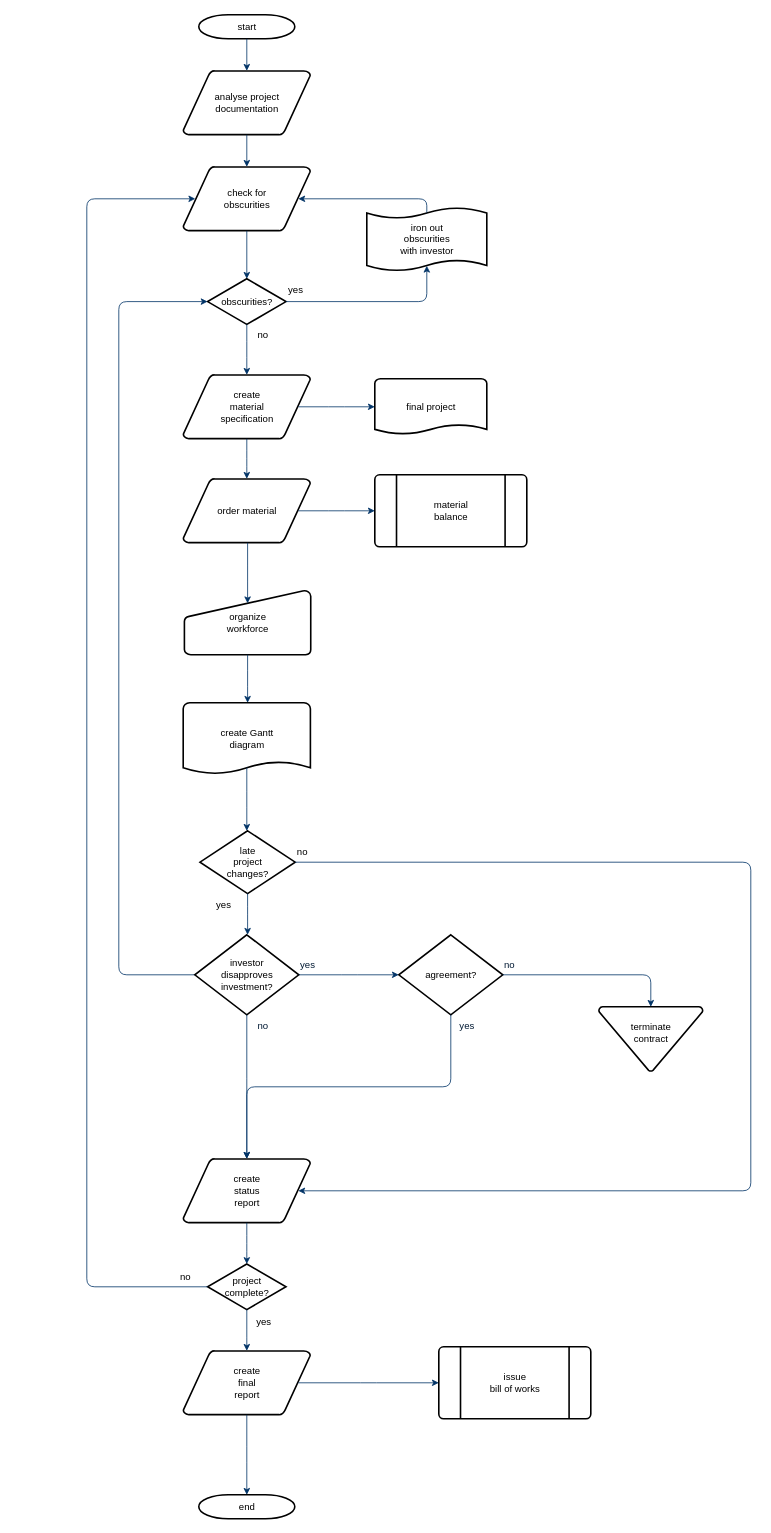
Before: 任务一.drawio in zengchangzhen/zengchangzhen, a draw.io diagram. Source tidied: cells renumbered, new cells numbered last; positions are measured from the earlier drawing's top-left corner, leaving out a move shared by most shapes. Both pictures are drawn from the tidied source at 80%, with x=0, y=0 at pixel (86, 14).
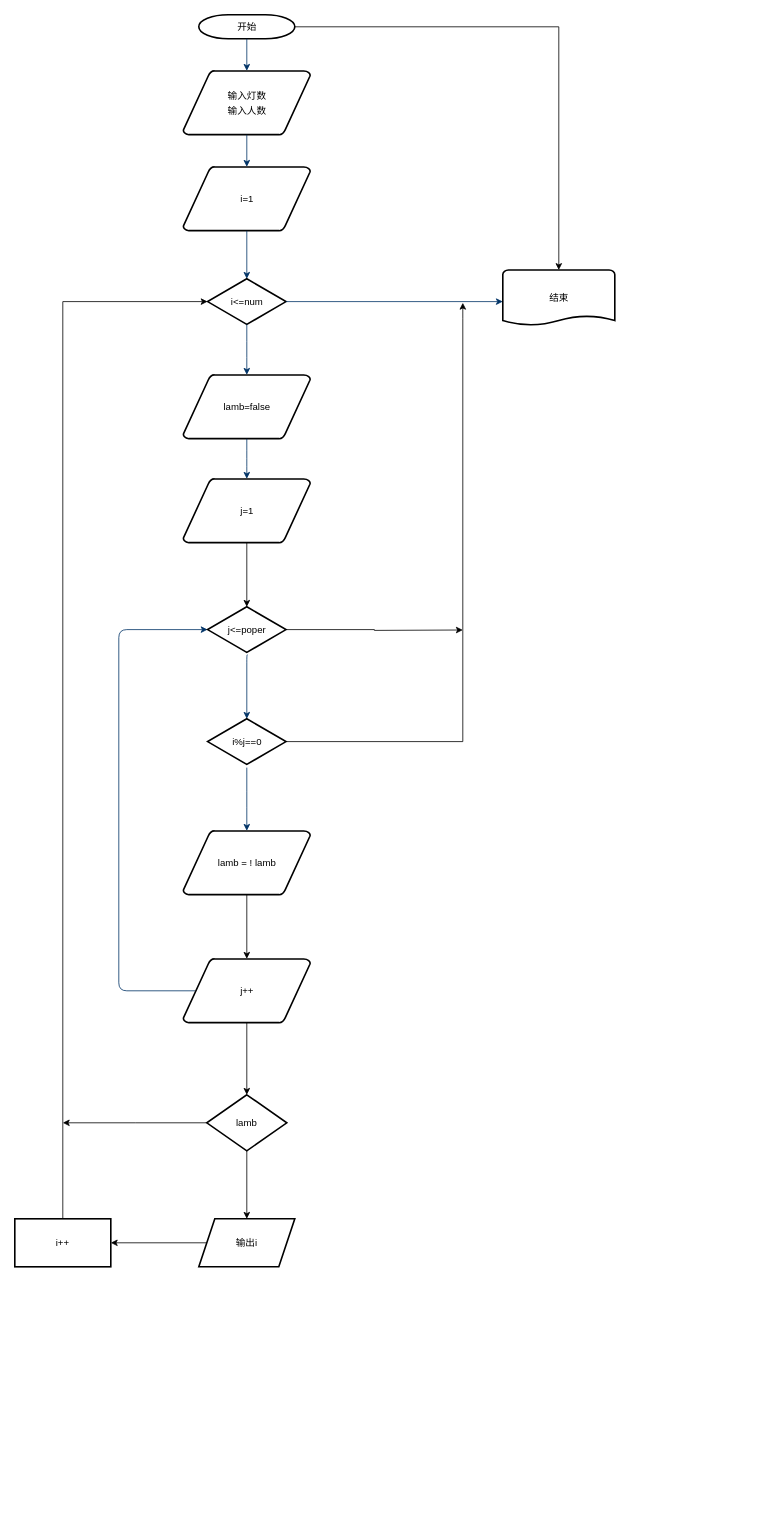
The same page after the edit.

What changed in the source:
```diff
@@
+    <mxCell id="56" style="edgeStyle=orthogonalEdgeStyle;rounded=0;jettySize=auto;html=1;exitX=1;exitY=0.5;exitDx=0;exitDy=0;exitPerimeter=0;fontFamily=Helvetica;fontColor=#000000;" parent="1" edge="1" source="2" target="15">
+      <mxGeometry relative="1" as="geometry" />
+    </mxCell>
-    <mxCell id="2" value="start" style="shape=mxgraph.flowchart.terminator;strokeWidth=2;gradientColor=none;gradientDirection=north;fontStyle=0;html=1;" parent="1" vertex="1">
+    <mxCell id="2" value="开始" style="shape=mxgraph.flowchart.terminator;strokeWidth=2;gradientColor=none;gradientDirection=north;fontStyle=0;html=1;" parent="1" vertex="1">
       <mxGeometry x="140" width="120" height="30" as="geometry" />
     </mxCell>
-    <mxCell id="3" value="analyse project&#10; documentation" style="shape=mxgraph.flowchart.data;strokeWidth=2;gradientColor=none;gradientDirection=north;fontStyle=0;html=1;" parent="1" vertex="1">
+    <mxCell id="3" value="&lt;div style=&quot;line-height: 18px;&quot;&gt;&lt;div style=&quot;line-height: 18px;&quot;&gt;&lt;div style=&quot;text-align: start; line-height: 18px;&quot;&gt;输入灯数&lt;/div&gt;&lt;div style=&quot;text-align: start; line-height: 18px;&quot;&gt;输入人数&lt;/div&gt;&lt;/div&gt;&lt;/div&gt;" style="shape=mxgraph.flowchart.data;strokeWidth=2;gradientColor=none;gradientDirection=north;fontStyle=0;html=1;align=center;" parent="1" vertex="1">
       <mxGeometry x="120.5" y="70" width="159" height="80" as="geometry" />
     </mxCell>
-    <mxCell id="4" value="create&#10;material&#10;specification" style="shape=mxgraph.flowchart.data;strokeWidth=2;gradientColor=none;gradientDirection=north;fontStyle=0;html=1;" parent="1" vertex="1">
+    <mxCell id="4" value="lamb=false" style="shape=mxgraph.flowchart.data;strokeWidth=2;gradientColor=none;gradientDirection=north;fontStyle=0;html=1;" parent="1" vertex="1">
       <mxGeometry x="120.5" y="450" width="159" height="80" as="geometry" />
     </mxCell>
-    <mxCell id="5" value="check for&#10;obscurities" style="shape=mxgraph.flowchart.data;strokeWidth=2;gradientColor=none;gradientDirection=north;fontStyle=0;html=1;" parent="1" vertex="1">
+    <mxCell id="5" value="i=1" style="shape=mxgraph.flowchart.data;strokeWidth=2;gradientColor=none;gradientDirection=north;fontStyle=0;html=1;" parent="1" vertex="1">
       <mxGeometry x="120.5" y="190" width="159" height="80" as="geometry" />
     </mxCell>
-    <mxCell id="6" value="obscurities?" style="shape=mxgraph.flowchart.decision;strokeWidth=2;gradientColor=none;gradientDirection=north;fontStyle=0;html=1;" parent="1" vertex="1">
+    <mxCell id="6" value="i&amp;lt;=num" style="shape=mxgraph.flowchart.decision;strokeWidth=2;gradientColor=none;gradientDirection=north;fontStyle=0;html=1;" parent="1" vertex="1">
       <mxGeometry x="151" y="330" width="98" height="57" as="geometry" />
     </mxCell>
@@
-    <mxCell id="10" style="edgeStyle=elbowEdgeStyle;elbow=horizontal;entryX=0.5;entryY=0.91;entryPerimeter=0;exitX=1;exitY=0.5;exitPerimeter=0;fontStyle=1;strokeColor=#003366;strokeWidth=1;html=1;" parent="1" edge="1" source="6" target="51">
-      <mxGeometry x="381" y="28.5" as="geometry">
-        <Array as="points">
-          <mxPoint x="425" y="340" />
-        </Array>
-      </mxGeometry>
-    </mxCell>
-    <mxCell id="11" value="yes" style="text;fontStyle=0;html=1;strokeColor=none;gradientColor=none;fillColor=none;strokeWidth=2;" parent="1" vertex="1">
-      <mxGeometry x="250" y="330" width="40" height="26" as="geometry" />
-    </mxCell>
@@
+    <mxCell id="57" style="edgeStyle=orthogonalEdgeStyle;rounded=0;jettySize=auto;html=1;exitX=0.5;exitY=1;exitDx=0;exitDy=0;exitPerimeter=0;entryX=0.5;entryY=0;entryDx=0;entryDy=0;entryPerimeter=0;fontFamily=Helvetica;fontColor=#000000;" parent="1" edge="1" source="13" target="60">
+      <mxGeometry relative="1" as="geometry" />
+    </mxCell>
-    <mxCell id="13" value="order material" style="shape=mxgraph.flowchart.data;strokeWidth=2;gradientColor=none;gradientDirection=north;fontStyle=0;html=1;" parent="1" vertex="1">
+    <mxCell id="13" value="j=1" style="shape=mxgraph.flowchart.data;strokeWidth=2;gradientColor=none;gradientDirection=north;fontStyle=0;html=1;" parent="1" vertex="1">
       <mxGeometry x="120.5" y="580" width="159" height="80" as="geometry" />
     </mxCell>
-    <mxCell id="14" value="no" style="text;fontStyle=0;html=1;strokeColor=none;gradientColor=none;fillColor=none;strokeWidth=2;align=center;" parent="1" vertex="1">
-      <mxGeometry x="200" y="387" width="40" height="26" as="geometry" />
-    </mxCell>
-    <mxCell id="15" value="final project" style="shape=mxgraph.flowchart.document;strokeWidth=2;gradientColor=none;gradientDirection=north;fontStyle=0;html=1;" parent="1" vertex="1">
-      <mxGeometry x="360" y="455" width="140" height="70" as="geometry" />
+    <mxCell id="15" value="结束" style="shape=mxgraph.flowchart.document;strokeWidth=2;gradientColor=none;gradientDirection=north;fontStyle=0;html=1;" parent="1" vertex="1">
+      <mxGeometry x="520" y="319" width="140" height="70" as="geometry" />
     </mxCell>
-    <mxCell id="16" style="edgeStyle=elbowEdgeStyle;elbow=horizontal;exitX=0.905;exitY=0.5;exitPerimeter=0;fontStyle=1;strokeColor=#003366;strokeWidth=1;html=1;" parent="1" edge="1" source="4" target="15">
-      <mxGeometry as="geometry" />
+    <mxCell id="16" style="edgeStyle=elbowEdgeStyle;elbow=horizontal;exitX=1;exitY=0.5;exitPerimeter=0;fontStyle=1;strokeColor=#003366;strokeWidth=1;html=1;exitDx=0;exitDy=0;" parent="1" edge="1" source="6" target="15">
+      <mxGeometry as="geometry">
+        <Array as="points">
+          <mxPoint x="520" y="359" />
+          <mxPoint x="480" y="320" />
+          <mxPoint x="390" y="440" />
+          <mxPoint x="310" y="420" />
+          <mxPoint x="310" y="410" />
+        </Array>
+      </mxGeometry>
     </mxCell>
@@
-    <mxCell id="18" value="material&#10;balance" style="shape=mxgraph.flowchart.predefined_process;strokeWidth=2;gradientColor=none;gradientDirection=north;fontStyle=0;html=1;" parent="1" vertex="1">
-      <mxGeometry x="360" y="575" width="190" height="90" as="geometry" />
-    </mxCell>
-    <mxCell id="19" style="edgeStyle=elbowEdgeStyle;elbow=horizontal;exitX=0.905;exitY=0.5;exitPerimeter=0;fontStyle=1;strokeColor=#003366;strokeWidth=1;html=1;" parent="1" edge="1" source="13" target="18">
-      <mxGeometry as="geometry" />
-    </mxCell>
-    <mxCell id="20" value="organize &#10;workforce" style="shape=mxgraph.flowchart.manual_input;strokeWidth=2;gradientColor=none;gradientDirection=north;fontStyle=0;html=1;" parent="1" vertex="1">
-      <mxGeometry x="122" y="720" width="158" height="80" as="geometry" />
-    </mxCell>
-    <mxCell id="21" style="edgeStyle=elbowEdgeStyle;elbow=horizontal;entryX=0.5;entryY=0.195;entryPerimeter=0;fontStyle=1;strokeColor=#003366;strokeWidth=1;html=1;" parent="1" edge="1" source="13" target="20">
-      <mxGeometry as="geometry" />
-    </mxCell>
-    <mxCell id="22" value="create Gantt&#10;diagram" style="shape=mxgraph.flowchart.document;strokeWidth=2;gradientColor=none;gradientDirection=north;fontStyle=0;html=1;" parent="1" vertex="1">
-      <mxGeometry x="120.5" y="860" width="159" height="90" as="geometry" />
-    </mxCell>
-    <mxCell id="23" style="edgeStyle=elbowEdgeStyle;elbow=horizontal;exitX=0.5;exitY=1;exitPerimeter=0;fontStyle=1;strokeColor=#003366;strokeWidth=1;html=1;" parent="1" edge="1" source="20" target="22">
-      <mxGeometry as="geometry" />
+    <mxCell id="23" style="edgeStyle=elbowEdgeStyle;elbow=horizontal;exitX=0.5;exitY=1;exitPerimeter=0;fontStyle=1;strokeColor=#003366;strokeWidth=1;html=1;entryX=0.5;entryY=0;entryDx=0;entryDy=0;entryPerimeter=0;" parent="1" edge="1" target="62">
+      <mxGeometry as="geometry">
+        <mxPoint x="201" y="800" as="sourcePoint" />
+        <Array as="points">
+          <mxPoint x="200" y="870" />
+        </Array>
+      </mxGeometry>
     </mxCell>
-    <mxCell id="24" value="late&#10;project&#10;changes?" style="shape=mxgraph.flowchart.decision;strokeWidth=2;gradientColor=none;gradientDirection=north;fontStyle=0;html=1;" parent="1" vertex="1">
-      <mxGeometry x="141.5" y="1020" width="119" height="78.5" as="geometry" />
-    </mxCell>
-    <mxCell id="25" style="edgeStyle=elbowEdgeStyle;elbow=horizontal;exitX=0.5;exitY=0.9;exitPerimeter=0;fontStyle=1;strokeColor=#003366;strokeWidth=1;html=1;" parent="1" edge="1" source="22" target="24">
-      <mxGeometry as="geometry" />
+    <mxCell id="25" style="edgeStyle=elbowEdgeStyle;elbow=horizontal;exitX=0.5;exitY=0.9;exitPerimeter=0;fontStyle=1;strokeColor=#003366;strokeWidth=1;html=1;" parent="1" edge="1">
+      <mxGeometry as="geometry">
+        <mxPoint x="200" y="941" as="sourcePoint" />
+        <mxPoint x="200" y="1020" as="targetPoint" />
+      </mxGeometry>
     </mxCell>
-    <mxCell id="26" style="edgeStyle=elbowEdgeStyle;elbow=horizontal;exitX=0;exitY=0.5;exitPerimeter=0;entryX=0;entryY=0.5;entryPerimeter=0;fontStyle=1;strokeColor=#003366;strokeWidth=1;html=1;" parent="1" edge="1" source="28" target="6">
+    <mxCell id="26" style="edgeStyle=elbowEdgeStyle;elbow=horizontal;entryX=0;entryY=0.5;entryPerimeter=0;fontStyle=1;strokeColor=#003366;strokeWidth=1;html=1;entryDx=0;entryDy=0;exitX=0.095;exitY=0.5;exitDx=0;exitDy=0;exitPerimeter=0;" parent="1" edge="1" source="64" target="60">
       <mxGeometry as="geometry">
         <Array as="points">
+          <mxPoint x="40" y="740" />
           <mxPoint x="40" y="790" />
         </Array>
       </mxGeometry>
     </mxCell>
-    <mxCell id="27" value="yes" style="text;fontStyle=0;html=1;strokeColor=none;gradientColor=none;fillColor=none;strokeWidth=2;" parent="1" vertex="1">
-      <mxGeometry x="160" y="1098.5" width="40" height="26" as="geometry" />
-    </mxCell>
-    <mxCell id="28" value="investor&#10;disapproves&#10; investment?" style="shape=mxgraph.flowchart.decision;strokeWidth=2;gradientColor=none;gradientDirection=north;fontStyle=0;html=1;" parent="1" vertex="1">
-      <mxGeometry x="135" y="1150" width="130" height="100" as="geometry" />
-    </mxCell>
-    <mxCell id="29" value="agreement?" style="shape=mxgraph.flowchart.decision;strokeWidth=2;gradientColor=none;gradientDirection=north;fontStyle=0;html=1;" parent="1" vertex="1">
-      <mxGeometry x="390" y="1150" width="130" height="100" as="geometry" />
-    </mxCell>
-    <mxCell id="30" style="edgeStyle=elbowEdgeStyle;elbow=horizontal;exitX=0.5;exitY=1;exitPerimeter=0;fontStyle=1;strokeColor=#003366;strokeWidth=1;html=1;" parent="1" edge="1" source="24" target="28">
-      <mxGeometry as="geometry" />
-    </mxCell>
-    <mxCell id="31" style="edgeStyle=elbowEdgeStyle;elbow=horizontal;exitX=1;exitY=0.5;exitPerimeter=0;entryX=0;entryY=0.5;entryPerimeter=0;fontStyle=1;strokeColor=#003366;strokeWidth=1;html=1;" parent="1" edge="1" source="28" target="29">
-      <mxGeometry as="geometry" />
-    </mxCell>
-    <mxCell id="32" value="terminate&#10;contract&#10;" style="shape=mxgraph.flowchart.merge_or_storage;strokeWidth=2;gradientColor=none;gradientDirection=north;fontStyle=0;html=1;" parent="1" vertex="1">
-      <mxGeometry x="640" y="1240" width="130" height="80.5" as="geometry" />
-    </mxCell>
-    <mxCell id="33" style="edgeStyle=elbowEdgeStyle;elbow=vertical;exitX=1;exitY=0.5;exitPerimeter=0;entryX=0.5;entryY=0;entryPerimeter=0;fontStyle=1;strokeColor=#003366;strokeWidth=1;html=1;" parent="1" edge="1" source="29" target="32">
-      <mxGeometry as="geometry">
-        <Array as="points">
-          <mxPoint x="620" y="1200" />
-        </Array>
-      </mxGeometry>
-    </mxCell>
+    <mxCell id="58" style="edgeStyle=orthogonalEdgeStyle;rounded=0;jettySize=auto;html=1;fontFamily=Helvetica;fontColor=#000000;" parent="1" edge="1" source="34" target="64">
+      <mxGeometry relative="1" as="geometry" />
+    </mxCell>
-    <mxCell id="34" value="create&#10;status&#10;report" style="shape=mxgraph.flowchart.data;strokeWidth=2;gradientColor=none;gradientDirection=north;fontStyle=0;html=1;" parent="1" vertex="1">
-      <mxGeometry x="120.5" y="1430" width="159" height="80" as="geometry" />
+    <mxCell id="34" value="lamb = ! lamb" style="shape=mxgraph.flowchart.data;strokeWidth=2;gradientColor=none;gradientDirection=north;fontStyle=0;html=1;" parent="1" vertex="1">
+      <mxGeometry x="120.5" y="1020" width="159" height="80" as="geometry" />
     </mxCell>
-    <mxCell id="35" style="edgeStyle=elbowEdgeStyle;elbow=vertical;exitX=0.5;exitY=1;exitPerimeter=0;fontColor=#001933;fontStyle=1;strokeColor=#003366;strokeWidth=1;html=1;" parent="1" edge="1" source="28" target="34">
-      <mxGeometry as="geometry" />
-    </mxCell>
-    <mxCell id="36" style="edgeStyle=elbowEdgeStyle;elbow=vertical;exitX=0.5;exitY=1;exitPerimeter=0;entryX=0.5;entryY=0;entryPerimeter=0;fontStyle=1;strokeColor=#003366;strokeWidth=1;html=1;" parent="1" edge="1" source="29" target="34">
-      <mxGeometry as="geometry" />
-    </mxCell>
-    <mxCell id="37" value="project&#10;complete?" style="shape=mxgraph.flowchart.decision;strokeWidth=2;gradientColor=none;gradientDirection=north;fontStyle=0;html=1;" parent="1" vertex="1">
-      <mxGeometry x="151" y="1561.5" width="98" height="57" as="geometry" />
-    </mxCell>
-    <mxCell id="38" value="create&#10;final&#10;report" style="shape=mxgraph.flowchart.data;strokeWidth=2;gradientColor=none;gradientDirection=north;fontStyle=0;html=1;" parent="1" vertex="1">
-      <mxGeometry x="120.5" y="1670" width="159" height="80" as="geometry" />
-    </mxCell>
-    <mxCell id="39" value="issue&#10;bill of works" style="shape=mxgraph.flowchart.predefined_process;strokeWidth=2;gradientColor=none;gradientDirection=north;fontStyle=0;html=1;" parent="1" vertex="1">
-      <mxGeometry x="440" y="1665" width="190" height="90" as="geometry" />
-    </mxCell>
-    <mxCell id="40" value="end" style="shape=mxgraph.flowchart.terminator;strokeWidth=2;gradientColor=none;gradientDirection=north;fontStyle=0;html=1;" parent="1" vertex="1">
-      <mxGeometry x="140" y="1850" width="120" height="30" as="geometry" />
-    </mxCell>
-    <mxCell id="41" style="edgeStyle=elbowEdgeStyle;elbow=vertical;exitX=0.5;exitY=1;exitPerimeter=0;entryX=0.5;entryY=0;entryPerimeter=0;fontStyle=1;strokeColor=#003366;strokeWidth=1;html=1;" parent="1" edge="1" source="34" target="37">
-      <mxGeometry as="geometry" />
-    </mxCell>
-    <mxCell id="42" style="edgeStyle=elbowEdgeStyle;elbow=vertical;exitX=0.5;exitY=1;exitPerimeter=0;entryX=0.5;entryY=0;entryPerimeter=0;fontStyle=1;strokeColor=#003366;strokeWidth=1;html=1;" parent="1" edge="1" source="37" target="38">
-      <mxGeometry as="geometry" />
-    </mxCell>
-    <mxCell id="43" style="edgeStyle=elbowEdgeStyle;elbow=vertical;exitX=0.5;exitY=1;exitPerimeter=0;entryX=0.5;entryY=0;entryPerimeter=0;fontStyle=1;strokeColor=#003366;strokeWidth=1;html=1;" parent="1" edge="1" source="38" target="40">
-      <mxGeometry as="geometry" />
-    </mxCell>
-    <mxCell id="44" style="edgeStyle=elbowEdgeStyle;elbow=vertical;exitX=0.905;exitY=0.5;exitPerimeter=0;entryX=0;entryY=0.5;entryPerimeter=0;fontStyle=1;strokeColor=#003366;strokeWidth=1;html=1;" parent="1" edge="1" source="38" target="39">
-      <mxGeometry as="geometry" />
-    </mxCell>
-    <mxCell id="45" style="edgeStyle=elbowEdgeStyle;elbow=horizontal;exitX=1;exitY=0.5;exitPerimeter=0;entryX=0.905;entryY=0.5;entryPerimeter=0;fontStyle=1;strokeColor=#003366;strokeWidth=1;html=1;" parent="1" edge="1" source="24" target="34">
-      <mxGeometry as="geometry">
-        <Array as="points">
-          <mxPoint x="830" y="1260" />
-        </Array>
-      </mxGeometry>
-    </mxCell>
-    <mxCell id="46" value="no" style="text;fontStyle=0;html=1;strokeColor=none;gradientColor=none;fillColor=none;strokeWidth=2;" parent="1" vertex="1">
-      <mxGeometry x="260.5" y="1033.2" width="40" height="26" as="geometry" />
-    </mxCell>
-    <mxCell id="47" value="yes" style="text;fontColor=#001933;fontStyle=0;html=1;strokeColor=none;gradientColor=none;fillColor=none;strokeWidth=2;" parent="1" vertex="1">
-      <mxGeometry x="265" y="1174" width="40" height="26" as="geometry" />
-    </mxCell>
-    <mxCell id="48" value="no" style="text;fontColor=#001933;fontStyle=0;html=1;strokeColor=none;gradientColor=none;fillColor=none;strokeWidth=2;align=center;" parent="1" vertex="1">
-      <mxGeometry x="200" y="1250" width="40" height="26" as="geometry" />
-    </mxCell>
-    <mxCell id="49" value="yes" style="text;fontColor=#001933;fontStyle=0;html=1;strokeColor=none;gradientColor=none;fillColor=none;strokeWidth=2;align=center;" parent="1" vertex="1">
-      <mxGeometry x="455" y="1250" width="40" height="26" as="geometry" />
-    </mxCell>
-    <mxCell id="50" value="no" style="text;fontColor=#001933;fontStyle=0;html=1;strokeColor=none;gradientColor=none;fillColor=none;strokeWidth=2;" parent="1" vertex="1">
-      <mxGeometry x="520" y="1174" width="40" height="26" as="geometry" />
-    </mxCell>
-    <mxCell id="51" value="iron out&#10;obscurities &#10;with investor" style="shape=mxgraph.flowchart.paper_tape;strokeWidth=2;gradientColor=none;gradientDirection=north;fontStyle=0;html=1;" parent="1" vertex="1">
-      <mxGeometry x="350" y="240" width="150" height="81" as="geometry" />
-    </mxCell>
-    <mxCell id="52" style="edgeStyle=elbowEdgeStyle;elbow=horizontal;exitX=0.5;exitY=0.09;exitPerimeter=0;entryX=0.905;entryY=0.5;entryPerimeter=0;fontStyle=1;strokeColor=#003366;strokeWidth=1;html=1;" parent="1" edge="1" source="51" target="5">
-      <mxGeometry as="geometry">
-        <Array as="points">
-          <mxPoint x="425" y="240" />
-        </Array>
-      </mxGeometry>
-    </mxCell>
-    <mxCell id="53" value="yes" style="text;fontStyle=0;html=1;strokeColor=none;gradientColor=none;fillColor=none;strokeWidth=2;align=center;" parent="1" vertex="1">
-      <mxGeometry x="201" y="1620" width="40" height="26" as="geometry" />
-    </mxCell>
-    <mxCell id="54" style="edgeStyle=elbowEdgeStyle;elbow=horizontal;exitX=0;exitY=0.5;exitPerimeter=0;entryX=0.095;entryY=0.5;entryPerimeter=0;fontStyle=1;strokeColor=#003366;strokeWidth=1;html=1;" parent="1" edge="1" source="37" target="5">
-      <mxGeometry as="geometry">
-        <Array as="points">
-          <mxPoint y="910" />
-        </Array>
-      </mxGeometry>
-    </mxCell>
-    <mxCell id="55" value="no" style="text;fontStyle=0;html=1;strokeColor=none;gradientColor=none;fillColor=none;strokeWidth=2;" parent="1" vertex="1">
-      <mxGeometry x="115" y="1564" width="40" height="26" as="geometry" />
-    </mxCell>
+    <mxCell id="59" style="edgeStyle=orthogonalEdgeStyle;rounded=0;jettySize=auto;html=1;exitX=1;exitY=0.5;exitDx=0;exitDy=0;exitPerimeter=0;fontFamily=Helvetica;fontColor=#000000;" parent="1" edge="1" source="60">
+      <mxGeometry relative="1" as="geometry">
+        <mxPoint x="470" y="769" as="targetPoint" />
+      </mxGeometry>
+    </mxCell>
+    <mxCell id="60" value="j&amp;lt;=poper" style="shape=mxgraph.flowchart.decision;strokeWidth=2;gradientColor=none;gradientDirection=north;fontStyle=0;html=1;" parent="1" vertex="1">
+      <mxGeometry x="151" y="740" width="98" height="57" as="geometry" />
+    </mxCell>
+    <mxCell id="61" style="edgeStyle=orthogonalEdgeStyle;rounded=0;jettySize=auto;html=1;exitX=1;exitY=0.5;exitDx=0;exitDy=0;exitPerimeter=0;fontFamily=Helvetica;fontColor=#000000;" parent="1" edge="1" source="62">
+      <mxGeometry relative="1" as="geometry">
+        <mxPoint x="470" y="360" as="targetPoint" />
+        <Array as="points">
+          <mxPoint x="470" y="909" />
+          <mxPoint x="470" y="380" />
+        </Array>
+      </mxGeometry>
+    </mxCell>
+    <mxCell id="62" value="i%j==0" style="shape=mxgraph.flowchart.decision;strokeWidth=2;gradientColor=none;gradientDirection=north;fontStyle=0;html=1;" parent="1" vertex="1">
+      <mxGeometry x="151" y="880" width="98" height="57" as="geometry" />
+    </mxCell>
+    <mxCell id="63" style="edgeStyle=orthogonalEdgeStyle;rounded=0;jettySize=auto;html=1;fontFamily=Helvetica;fontColor=#000000;" parent="1" edge="1" source="64" target="67">
+      <mxGeometry relative="1" as="geometry" />
+    </mxCell>
+    <mxCell id="64" value="j++" style="shape=mxgraph.flowchart.data;strokeWidth=2;gradientColor=none;gradientDirection=north;fontStyle=0;html=1;" parent="1" vertex="1">
+      <mxGeometry x="120.5" y="1180" width="159" height="80" as="geometry" />
+    </mxCell>
+    <mxCell id="65" style="edgeStyle=orthogonalEdgeStyle;rounded=0;jettySize=auto;html=1;fontFamily=Helvetica;fontColor=#000000;" parent="1" edge="1" source="67" target="69">
+      <mxGeometry relative="1" as="geometry" />
+    </mxCell>
+    <mxCell id="66" style="edgeStyle=orthogonalEdgeStyle;rounded=0;jettySize=auto;html=1;exitX=0;exitY=0.5;exitDx=0;exitDy=0;fontFamily=Helvetica;fontColor=#000000;" parent="1" edge="1" source="67">
+      <mxGeometry relative="1" as="geometry">
+        <mxPoint x="-30" y="1385" as="targetPoint" />
+      </mxGeometry>
+    </mxCell>
+    <mxCell id="67" value="lamb" style="rhombus;whiteSpace=wrap;html=1;strokeWidth=2;gradientColor=none;gradientDirection=north;fontStyle=0;" parent="1" vertex="1">
+      <mxGeometry x="150" y="1350" width="100" height="70" as="geometry" />
+    </mxCell>
+    <mxCell id="68" style="edgeStyle=orthogonalEdgeStyle;rounded=0;jettySize=auto;html=1;fontFamily=Helvetica;fontColor=#000000;" parent="1" edge="1" source="69" target="71">
+      <mxGeometry relative="1" as="geometry" />
+    </mxCell>
+    <mxCell id="69" value="输出i" style="shape=parallelogram;perimeter=parallelogramPerimeter;whiteSpace=wrap;html=1;fixedSize=1;strokeWidth=2;gradientColor=none;gradientDirection=north;fontStyle=0;" parent="1" vertex="1">
+      <mxGeometry x="140" y="1505" width="120" height="60" as="geometry" />
+    </mxCell>
+    <mxCell id="70" style="edgeStyle=orthogonalEdgeStyle;rounded=0;jettySize=auto;html=1;exitX=0.5;exitY=0;exitDx=0;exitDy=0;entryX=0;entryY=0.5;entryDx=0;entryDy=0;entryPerimeter=0;fontFamily=Helvetica;fontColor=#000000;" parent="1" edge="1" source="71" target="6">
+      <mxGeometry relative="1" as="geometry" />
+    </mxCell>
+    <mxCell id="71" value="i++" style="whiteSpace=wrap;html=1;strokeWidth=2;gradientColor=none;gradientDirection=north;fontStyle=0;" parent="1" vertex="1">
+      <mxGeometry x="-90" y="1505" width="120" height="60" as="geometry" />
+    </mxCell>
```
